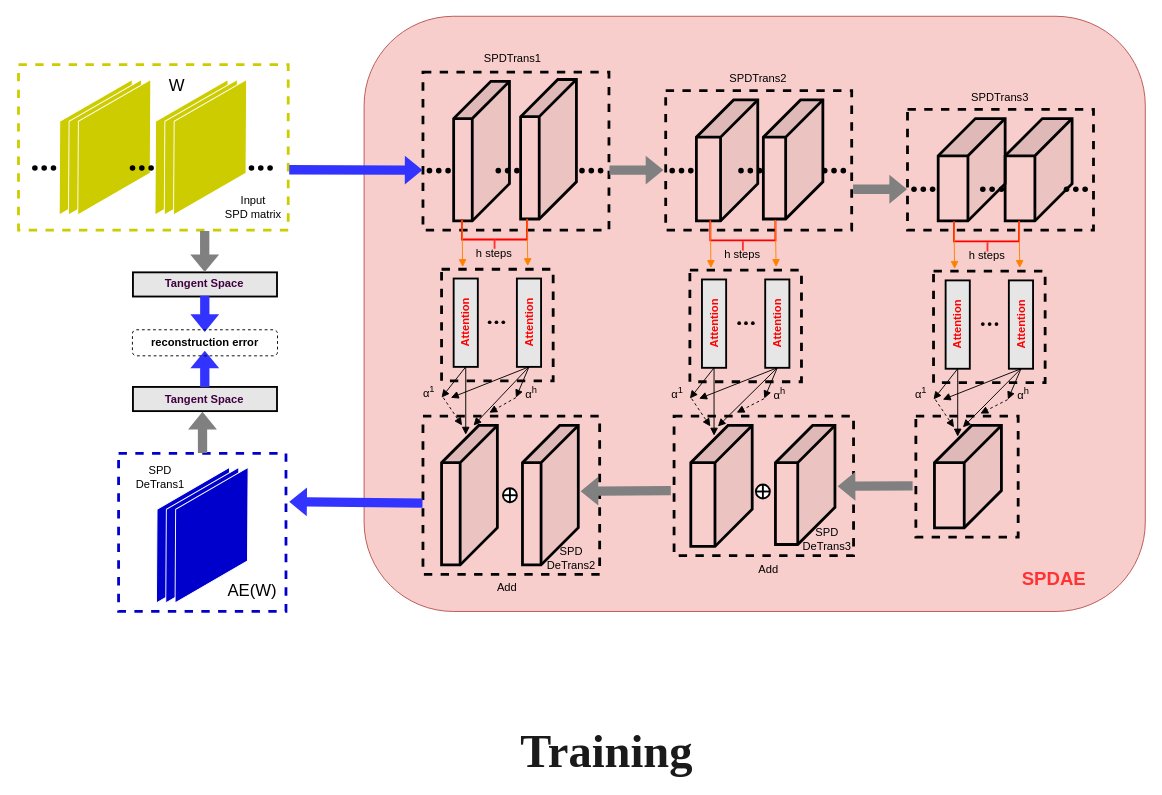
The draw.io diagram page "第 6 页" (6 of 6) of spd.drawio in balllightnings/draw, before the edit. Source tidied: cells renumbered, new cells numbered last; positions are measured from the earlier drawing's top-left corner, leaving out a move shared by most shapes. Both pictures are drawn from the tidied source at 93%, with x=0, y=0 at pixel (16, 16).
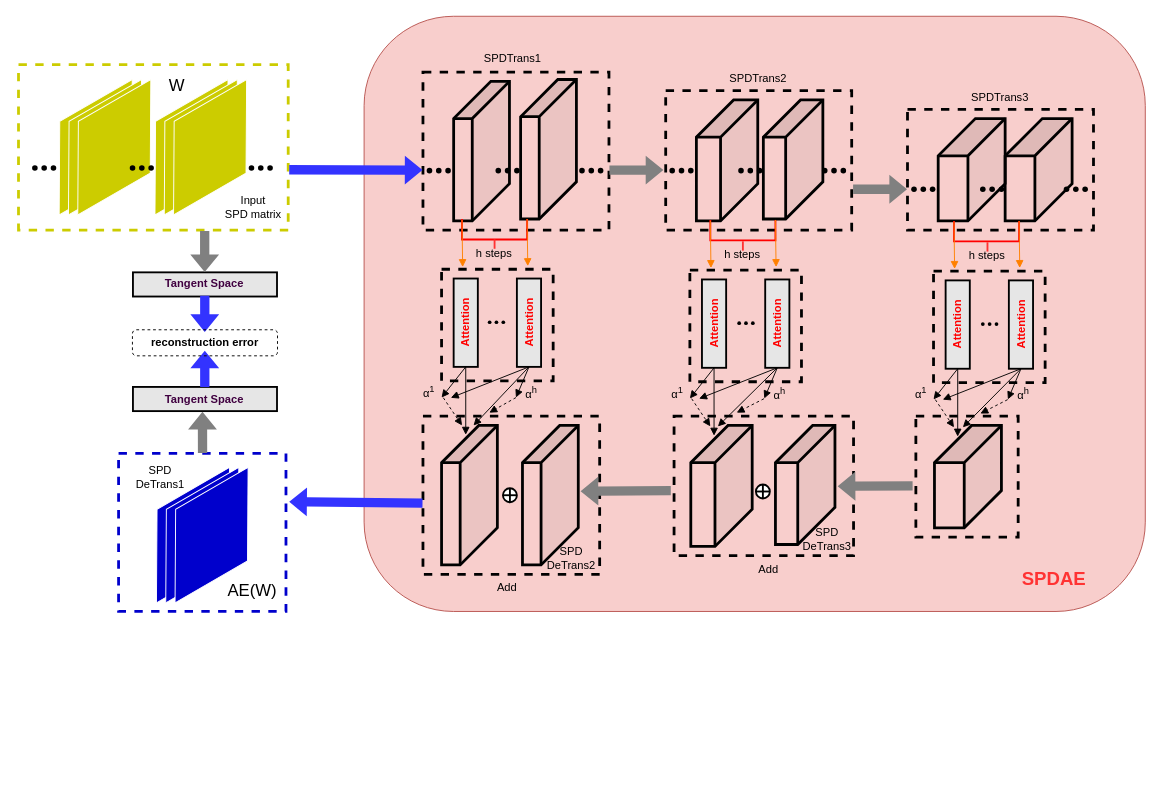
The same diagram, later.

What changed in the source:
```diff
@@
-    <mxCell id="151" value="&lt;font color=&quot;#1A1A1A&quot;&gt;&lt;span style=&quot;background-color: transparent;&quot;&gt;&lt;font style=&quot;font-size: 50px;&quot;&gt;&lt;b&gt;&lt;font style=&quot;font-size: 50px;&quot; face=&quot;Times New Roman&quot;&gt;Training&lt;/font&gt;&lt;/b&gt;&lt;/font&gt;&lt;/span&gt;&lt;/font&gt;" style="text;html=1;strokeColor=none;fillColor=none;align=center;verticalAlign=middle;whiteSpace=wrap;rounded=0;dashed=1;fontSize=33;fontColor=#0000FF;" parent="1" vertex="1">
-      <mxGeometry x="534.6" y="760" width="199.7" height="60" as="geometry" />
-    </mxCell>
```
